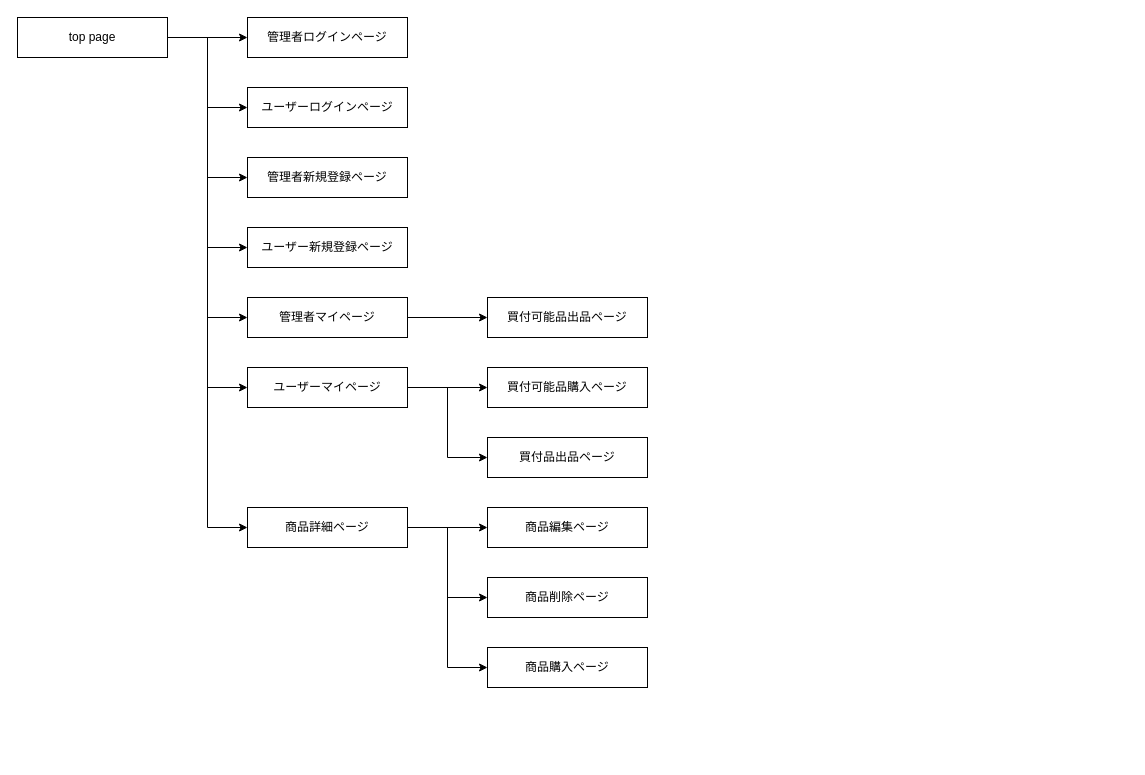
Before: transition.dio in datiko1115/baton_app, a draw.io diagram. Source tidied: cells renumbered, new cells numbered last; positions are measured from the earlier drawing's top-left corner, leaving out a move shared by most shapes. Both pictures are drawn from the tidied source at 100%, with x=0, y=0 at pixel (17, 17).
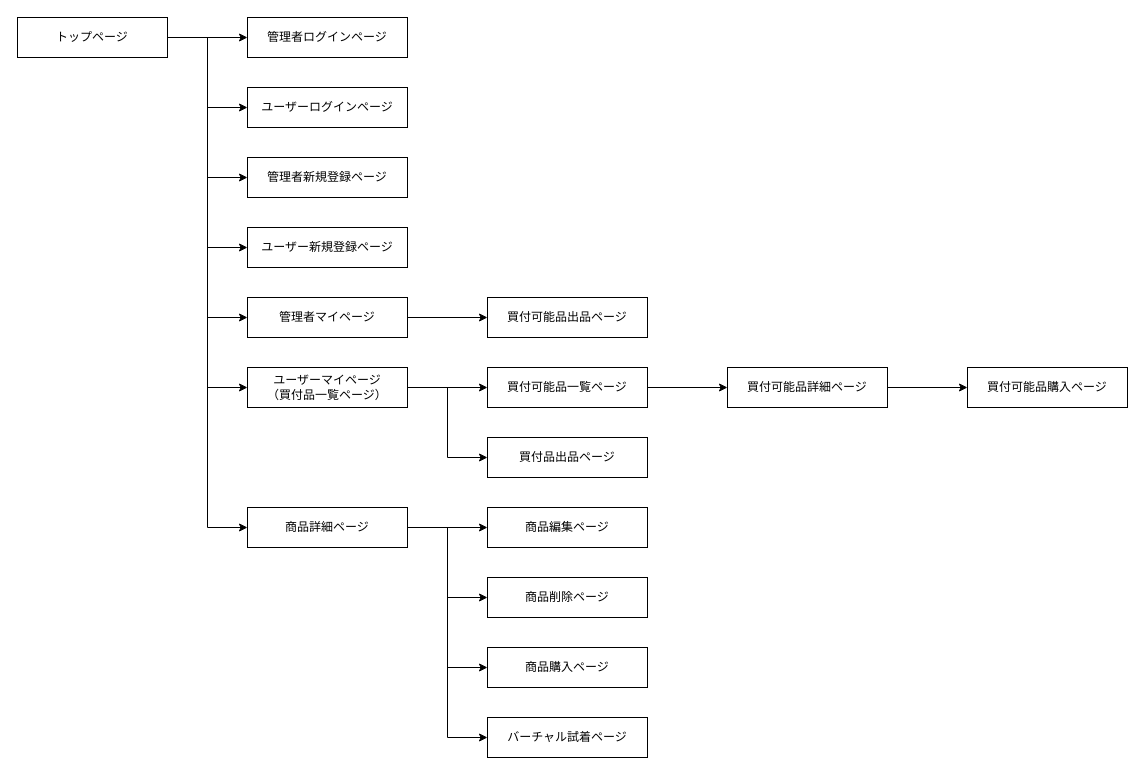
Above is the later version.

Diff of the diagram source:
```diff
@@
-    <mxCell id="3" value="top page" style="whiteSpace=wrap;html=1;align=center;" parent="1" vertex="1">
+    <mxCell id="3" value="トップページ" style="whiteSpace=wrap;html=1;align=center;" parent="1" vertex="1">
       <mxGeometry width="150" height="40" as="geometry" />
     </mxCell>
@@
-    <mxCell id="10" value="ユーザーマイページ" style="whiteSpace=wrap;html=1;align=center;" parent="1" vertex="1">
+    <mxCell id="10" value="ユーザーマイページ&lt;br&gt;（買付品一覧ページ）" style="whiteSpace=wrap;html=1;align=center;" parent="1" vertex="1">
       <mxGeometry x="230" y="350" width="160" height="40" as="geometry" />
     </mxCell>
@@
+    <mxCell id="32" style="edgeStyle=none;html=1;" parent="1" edge="1" source="13" target="34">
+      <mxGeometry relative="1" as="geometry" />
+    </mxCell>
-    <mxCell id="13" value="買付可能品購入ページ" style="whiteSpace=wrap;html=1;align=center;" parent="1" vertex="1">
+    <mxCell id="13" value="買付可能品一覧ページ" style="whiteSpace=wrap;html=1;align=center;" parent="1" vertex="1">
       <mxGeometry x="470" y="350" width="160" height="40" as="geometry" />
     </mxCell>
@@
     <mxCell id="29" style="endArrow=none;html=1;rounded=0;" parent="1" edge="1">
       <mxGeometry relative="1" as="geometry">
         <mxPoint x="430" y="510" as="sourcePoint" />
-        <mxPoint x="430" y="650" as="targetPoint" />
+        <mxPoint x="430" y="720" as="targetPoint" />
       </mxGeometry>
     </mxCell>
@@
+    <mxCell id="33" style="edgeStyle=none;html=1;" parent="1" edge="1" source="34" target="35">
+      <mxGeometry relative="1" as="geometry" />
+    </mxCell>
+    <mxCell id="34" value="買付可能品詳細ページ" style="whiteSpace=wrap;html=1;align=center;" parent="1" vertex="1">
+      <mxGeometry x="710" y="350" width="160" height="40" as="geometry" />
+    </mxCell>
+    <mxCell id="35" value="買付可能品購入ページ" style="whiteSpace=wrap;html=1;align=center;" parent="1" vertex="1">
+      <mxGeometry x="950" y="350" width="160" height="40" as="geometry" />
+    </mxCell>
+    <mxCell id="36" value="バーチャル試着ページ" style="whiteSpace=wrap;html=1;align=center;" parent="1" vertex="1">
+      <mxGeometry x="470" y="700" width="160" height="40" as="geometry" />
+    </mxCell>
+    <mxCell id="37" style="edgeStyle=none;html=1;" parent="1" edge="1">
+      <mxGeometry relative="1" as="geometry">
+        <mxPoint x="430" y="720" as="sourcePoint" />
+        <mxPoint x="470" y="720" as="targetPoint" />
+      </mxGeometry>
+    </mxCell>
```
